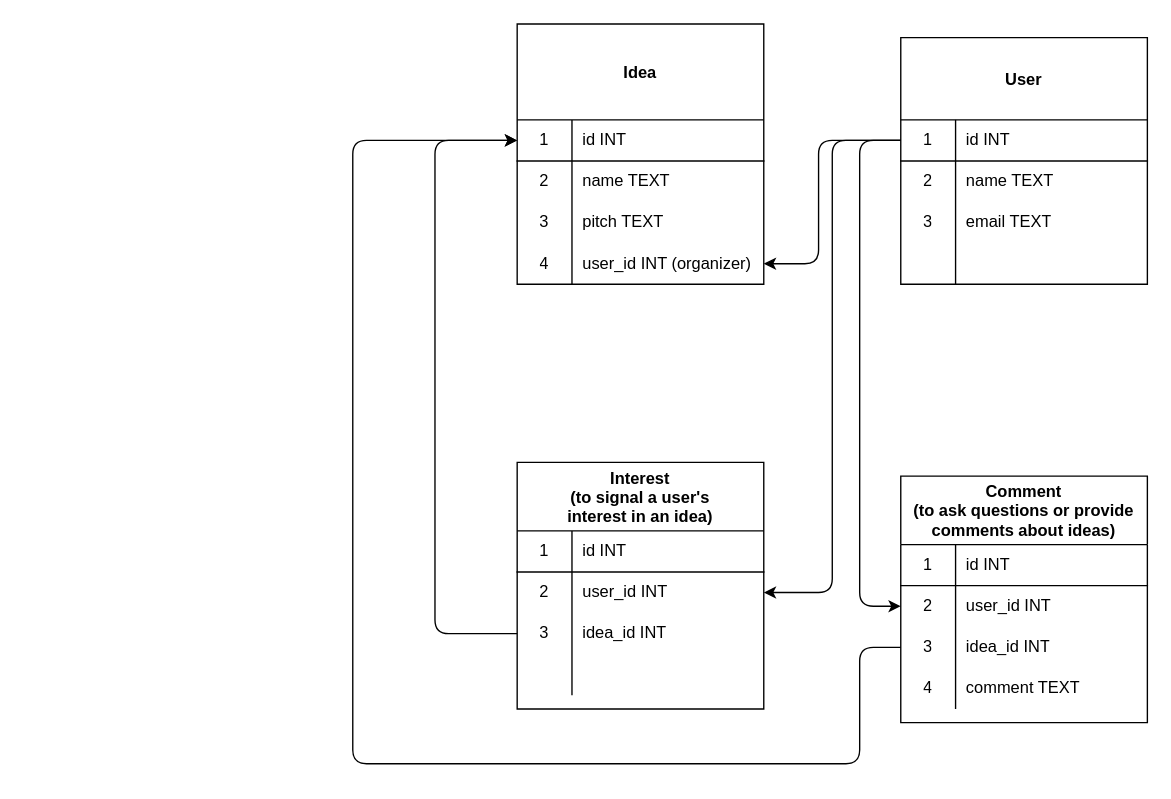
Before: schema.drawio in jmichaelbrown8/elevator-pitch, a draw.io diagram. Source tidied: cells renumbered, new cells numbered last; positions are measured from the earlier drawing's top-left corner, leaving out a move shared by most shapes. Both pictures are drawn from the tidied source at 137%, with x=0, y=0 at pixel (352, 23).
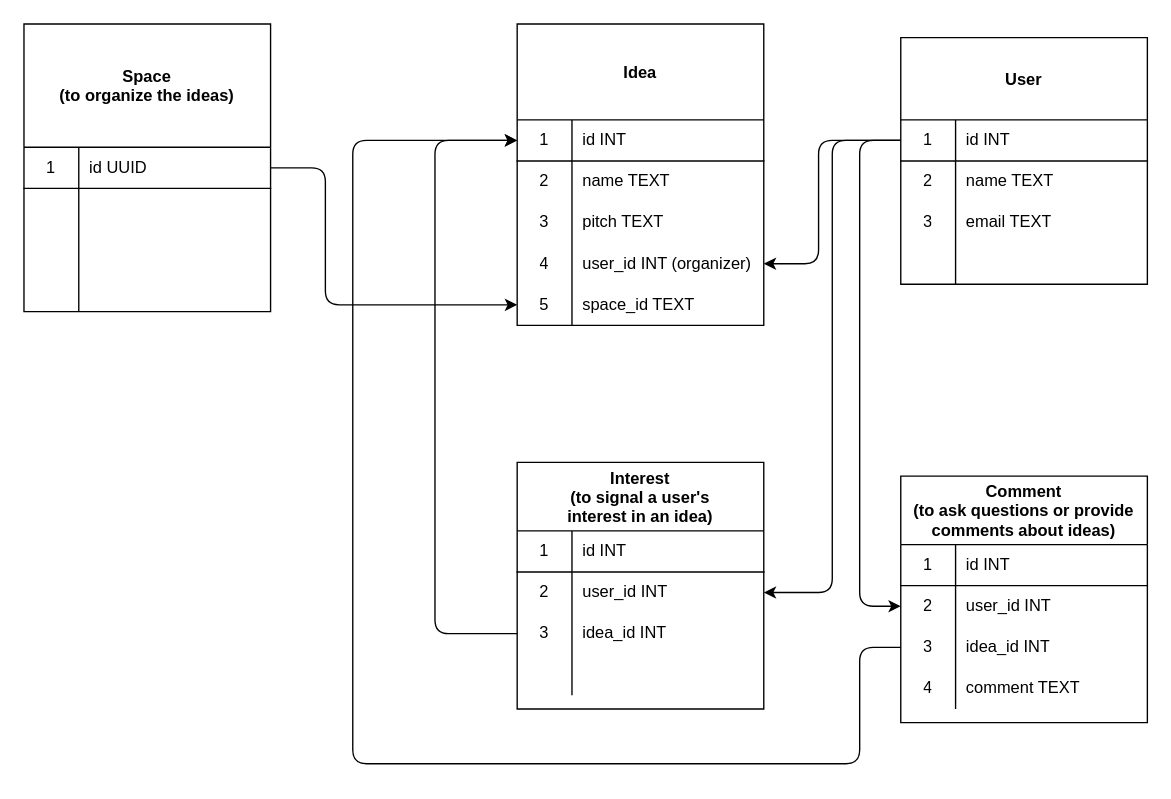
The same page after the edit.

Commit message (it also covers changes not shown here):
Added Space model to organize the pitches

The edit, as a diff of the source:
```diff
@@
     <mxCell id="2" value="Idea" style="shape=table;startSize=70;childLayout=tableLayout;rowLines=0;fontStyle=1;align=center;" parent="1" vertex="1">
-      <mxGeometry x="120" width="180" height="190" as="geometry" />
+      <mxGeometry x="120" width="180" height="220" as="geometry" />
     </mxCell>
@@
+    <mxCell id="59" style="shape=partialRectangle;html=1;whiteSpace=wrap;fillColor=none;top=0;left=0;bottom=0;right=0;points=[[0,0.5],[1,0.5]];portConstraint=eastwest;" parent="2" vertex="1">
+      <mxGeometry y="190" width="180" height="30" as="geometry" />
+    </mxCell>
+    <mxCell id="60" value="5" style="shape=partialRectangle;html=1;whiteSpace=wrap;fillColor=none;top=0;left=0;bottom=0;right=0;overflow=hidden;" parent="59" vertex="1">
+      <mxGeometry width="40" height="30" as="geometry" />
+    </mxCell>
+    <mxCell id="61" value="space_id TEXT" style="shape=partialRectangle;html=1;whiteSpace=wrap;fillColor=none;top=0;left=0;bottom=0;right=0;align=left;spacingLeft=6;overflow=hidden;" parent="59" vertex="1">
+      <mxGeometry x="40" width="140" height="30" as="geometry" />
+    </mxCell>
@@
+    <mxCell id="62" value="Space&#10;(to organize the ideas)" style="shape=table;startSize=90;childLayout=tableLayout;rowLines=0;fontStyle=1;align=center;" parent="1" vertex="1">
+      <mxGeometry x="-240" width="180" height="210" as="geometry" />
+    </mxCell>
+    <mxCell id="63" style="shape=partialRectangle;html=1;whiteSpace=wrap;fillColor=none;top=0;left=0;bottom=1;right=0;points=[[0,0.5],[1,0.5]];portConstraint=eastwest;" parent="62" vertex="1">
+      <mxGeometry y="90" width="180" height="30" as="geometry" />
+    </mxCell>
+    <mxCell id="64" value="1" style="shape=partialRectangle;html=1;whiteSpace=wrap;fillColor=none;top=0;left=0;bottom=0;right=0;overflow=hidden;" parent="63" vertex="1">
+      <mxGeometry width="40" height="30" as="geometry" />
+    </mxCell>
+    <mxCell id="65" value="id UUID" style="shape=partialRectangle;html=1;whiteSpace=wrap;fillColor=none;top=0;left=0;bottom=0;right=0;align=left;spacingLeft=6;overflow=hidden;" parent="63" vertex="1">
+      <mxGeometry x="40" width="140" height="30" as="geometry" />
+    </mxCell>
+    <mxCell id="66" style="shape=partialRectangle;html=1;whiteSpace=wrap;fillColor=none;top=0;left=0;bottom=0;right=0;" parent="62" vertex="1">
+      <mxGeometry y="120" width="180" height="30" as="geometry" />
+    </mxCell>
+    <mxCell id="67" style="shape=partialRectangle;html=1;whiteSpace=wrap;fillColor=none;top=0;left=0;bottom=0;right=0;overflow=hidden;" parent="66" vertex="1">
+      <mxGeometry width="40" height="30" as="geometry" />
+    </mxCell>
+    <mxCell id="68" style="shape=partialRectangle;html=1;whiteSpace=wrap;fillColor=none;top=0;left=0;bottom=0;right=0;align=left;spacingLeft=6;overflow=hidden;" parent="66" vertex="1">
+      <mxGeometry x="40" width="140" height="30" as="geometry" />
+    </mxCell>
+    <mxCell id="69" style="shape=partialRectangle;html=1;whiteSpace=wrap;fillColor=none;top=0;left=0;bottom=0;right=0;" parent="62" vertex="1">
+      <mxGeometry y="150" width="180" height="30" as="geometry" />
+    </mxCell>
+    <mxCell id="70" style="shape=partialRectangle;html=1;whiteSpace=wrap;fillColor=none;top=0;left=0;bottom=0;right=0;overflow=hidden;" parent="69" vertex="1">
+      <mxGeometry width="40" height="30" as="geometry" />
+    </mxCell>
+    <mxCell id="71" style="shape=partialRectangle;html=1;whiteSpace=wrap;fillColor=none;top=0;left=0;bottom=0;right=0;align=left;spacingLeft=6;overflow=hidden;" parent="69" vertex="1">
+      <mxGeometry x="40" width="140" height="30" as="geometry" />
+    </mxCell>
+    <mxCell id="72" style="shape=partialRectangle;html=1;whiteSpace=wrap;fillColor=none;top=0;left=0;bottom=0;right=0;" parent="62" vertex="1">
+      <mxGeometry y="180" width="180" height="30" as="geometry" />
+    </mxCell>
+    <mxCell id="73" style="shape=partialRectangle;html=1;whiteSpace=wrap;fillColor=none;top=0;left=0;bottom=0;right=0;overflow=hidden;" parent="72" vertex="1">
+      <mxGeometry width="40" height="30" as="geometry" />
+    </mxCell>
+    <mxCell id="74" style="shape=partialRectangle;html=1;whiteSpace=wrap;fillColor=none;top=0;left=0;bottom=0;right=0;align=left;spacingLeft=6;overflow=hidden;" parent="72" vertex="1">
+      <mxGeometry x="40" width="140" height="30" as="geometry" />
+    </mxCell>
+    <mxCell id="75" style="edgeStyle=none;html=1;exitX=1;exitY=0.5;exitDx=0;exitDy=0;entryX=0;entryY=0.5;entryDx=0;entryDy=0;" parent="1" edge="1" source="63" target="59">
+      <mxGeometry relative="1" as="geometry">
+        <Array as="points">
+          <mxPoint x="-20" y="105" />
+          <mxPoint x="-20" y="205" />
+        </Array>
+      </mxGeometry>
+    </mxCell>
```
